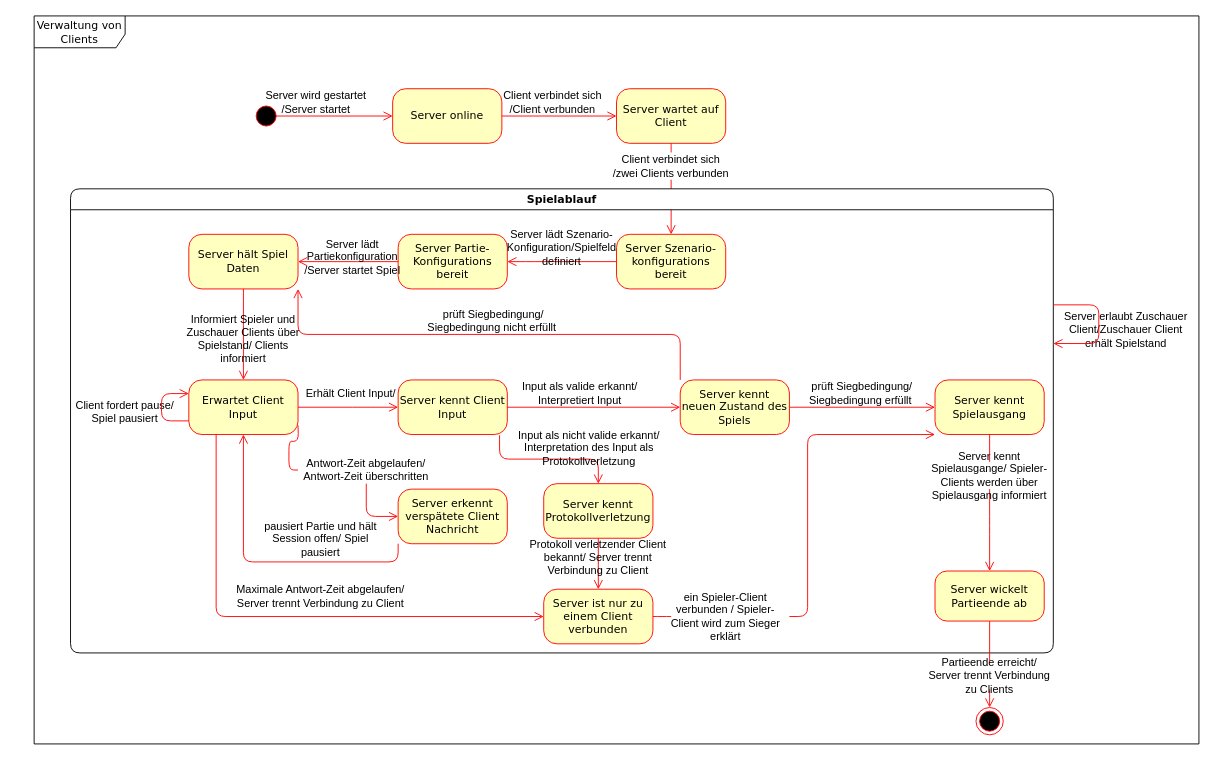
This is Documentation/Models/Verwaltung_von_Clients.drawio from LeverageAlex/DuneRTS, a draw.io file, before an edit. Source tidied: cells renumbered, new cells numbered last; positions are measured from the earlier drawing's top-left corner, leaving out a move shared by most shapes. Both pictures are drawn from the tidied source at 91%, with x=0, y=0 at pixel (34, 15).
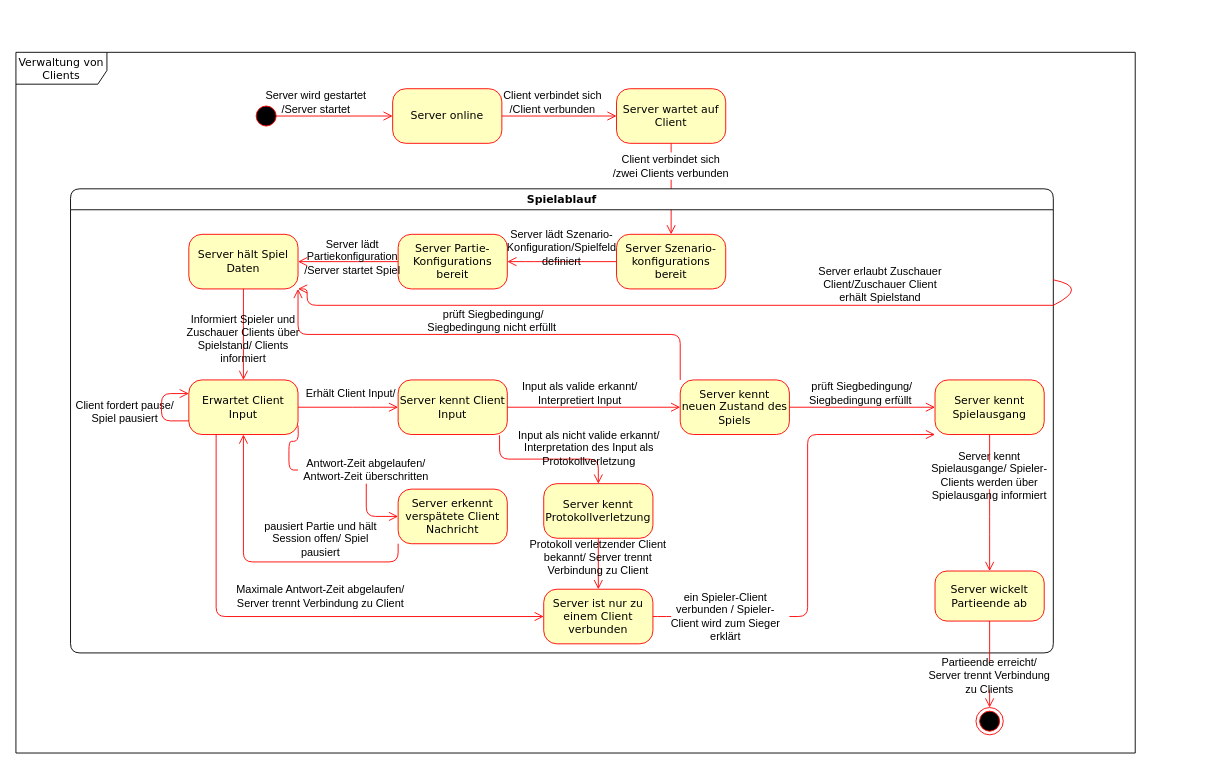
The same diagram, later.

Commit message (it also covers changes not shown here):
doc: Refactor Pflichtenheft: Verwaltung von Clients

The change refers to these unchanged cells:
```xml
<mxCell id="39" value="Spielablauf" style="swimlane;whiteSpace=wrap;html=1;rounded=1;shadow=0;comic=0;labelBackgroundColor=none;strokeWidth=1;fontFamily=Verdana;fontSize=12;align=center;" parent="1" vertex="1">
  <mxGeometry x="40" y="190" width="1080" height="510" as="geometry" />
</mxCell>
```

Diff of the diagram source:
```diff
@@
     <mxCell id="2" value="Verwaltung von Clients" style="shape=umlFrame;whiteSpace=wrap;html=1;rounded=1;shadow=0;comic=0;labelBackgroundColor=none;strokeWidth=1;fontFamily=Verdana;fontSize=12;align=center;width=100;height=35;" parent="1" vertex="1">
-      <mxGeometry width="1280" height="800" as="geometry" />
+      <mxGeometry x="-20" y="40" width="1230" height="770" as="geometry" />
     </mxCell>
@@
-    <mxCell id="17" value="Server erlaubt Zuschauer Client/Zuschauer Client erhält Spielstand" style="text;html=1;strokeColor=none;fillColor=none;align=center;verticalAlign=middle;whiteSpace=wrap;rounded=0;rotation=0;" parent="1" vertex="1">
-      <mxGeometry x="1130" y="330" width="140" height="30" as="geometry" />
-    </mxCell>
@@
+    <mxCell id="17" value="Server erlaubt Zuschauer Client/Zuschauer Client erhält Spielstand" style="text;html=1;strokeColor=none;fillColor=none;align=center;verticalAlign=middle;whiteSpace=wrap;rounded=0;rotation=0;" parent="39" vertex="1">
+      <mxGeometry x="820" y="90" width="140" height="30" as="geometry" />
+    </mxCell>
@@
-    <mxCell id="59" style="edgeStyle=elbowEdgeStyle;html=1;labelBackgroundColor=none;endArrow=open;endSize=8;strokeColor=#ff0000;fontFamily=Verdana;fontSize=12;align=left;exitX=1;exitY=0.25;exitDx=0;exitDy=0;" parent="1" edge="1" source="39">
+    <mxCell id="59" style="edgeStyle=elbowEdgeStyle;html=1;labelBackgroundColor=none;endArrow=open;endSize=8;strokeColor=#ff0000;fontFamily=Verdana;fontSize=12;align=left;" parent="1" edge="1">
       <mxGeometry relative="1" as="geometry">
-        <mxPoint x="1120" y="360" as="targetPoint" />
+        <mxPoint x="1120" y="318" as="sourcePoint" />
+        <mxPoint x="290" y="300" as="targetPoint" />
         <Array as="points">
+          <mxPoint x="300" y="318" />
           <mxPoint x="1170" y="320" />
         </Array>
       </mxGeometry>
     </mxCell>
@@
+    <mxCell id="64" style="curved=1;endArrow=none;html=1;rounded=0;endFill=0;strokeColor=#FF0000;" parent="1" edge="1">
+      <mxGeometry relative="1" as="geometry">
+        <mxPoint x="1120" y="290" as="sourcePoint" />
+        <mxPoint x="1120" y="318" as="targetPoint" />
+        <Array as="points">
+          <mxPoint x="1160" y="298" />
+        </Array>
+      </mxGeometry>
+    </mxCell>
```
